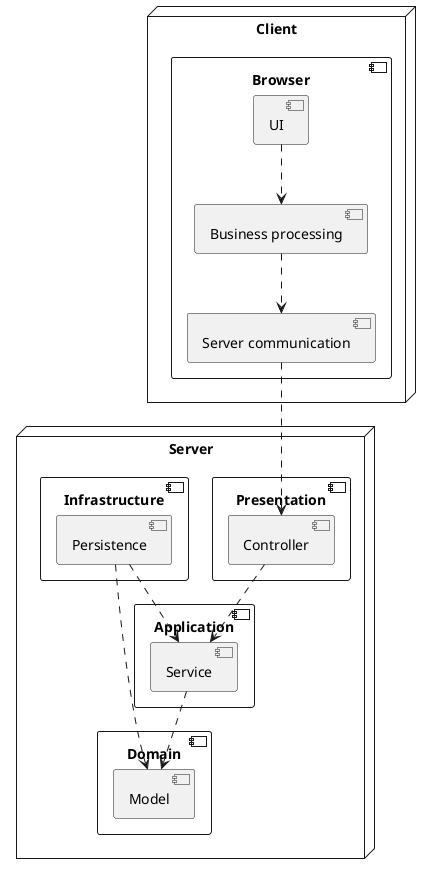
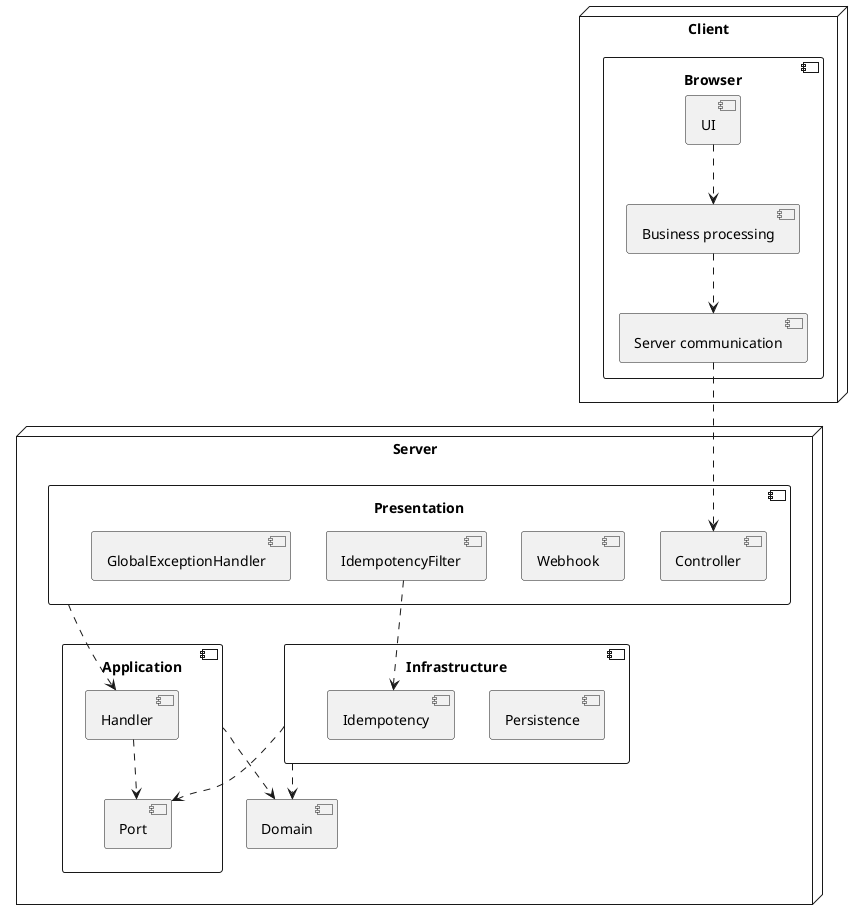
@startuml
'https://plantuml.com/component-diagram

node "Client" {
    component "Browser" {
        component "UI"
        component "Business processing"
        component "Server communication"
        "UI" ..> "Business processing"
        "Business processing" ..> "Server communication"
    }
}

node "Server" {
    component "Presentation" {
        component "Controller"
-         "Server communication" ..> "Controller"
+         component "Webhook"
+         component "IdempotencyFilter"
+         component "GlobalExceptionHandler"
    }
    component "Application" {
-         component "Service"
-         Controller ..> Service
+         component "Handler"
+         component "Port"
    }
    component "Domain" {
-         component "Model"
-         Service ..> Model
    }
    component "Infrastructure" {
        component "Persistence"
-         Persistence ..> Service
-         Persistence ..> Model
+         component "Idempotency"
    }
+ 
+     "Server communication" ..> Controller
+     Presentation ..> Handler
+     IdempotencyFilter ..> Idempotency
+     Infrastructure ..> Port
+     Infrastructure ..> Domain
+     Handler ..> Port
+     Application ..> Domain
}

@enduml